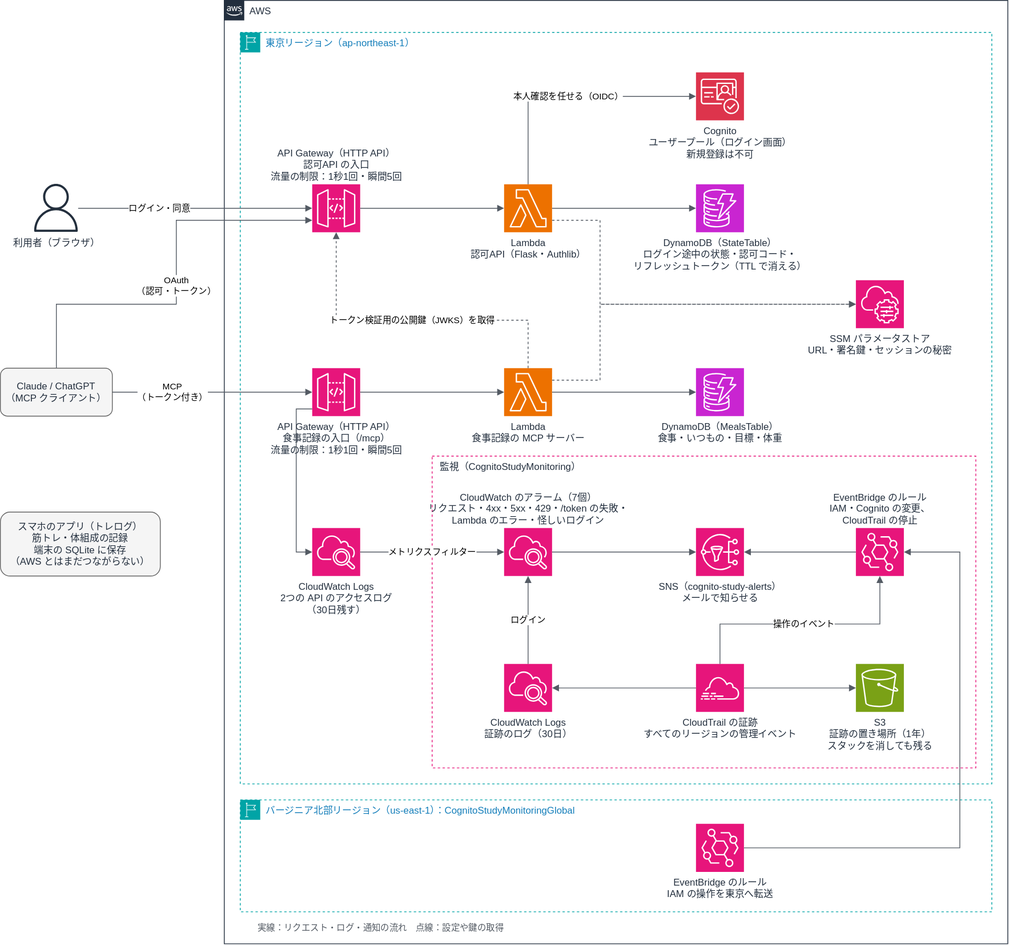
Above: docs/architecture.drawio.svg in ykitaza/health-log (draw.io), before the change. Source tidied: cells renumbered, new cells last; positions are measured from the earlier drawing's top-left corner, leaving out a move shared by most shapes.
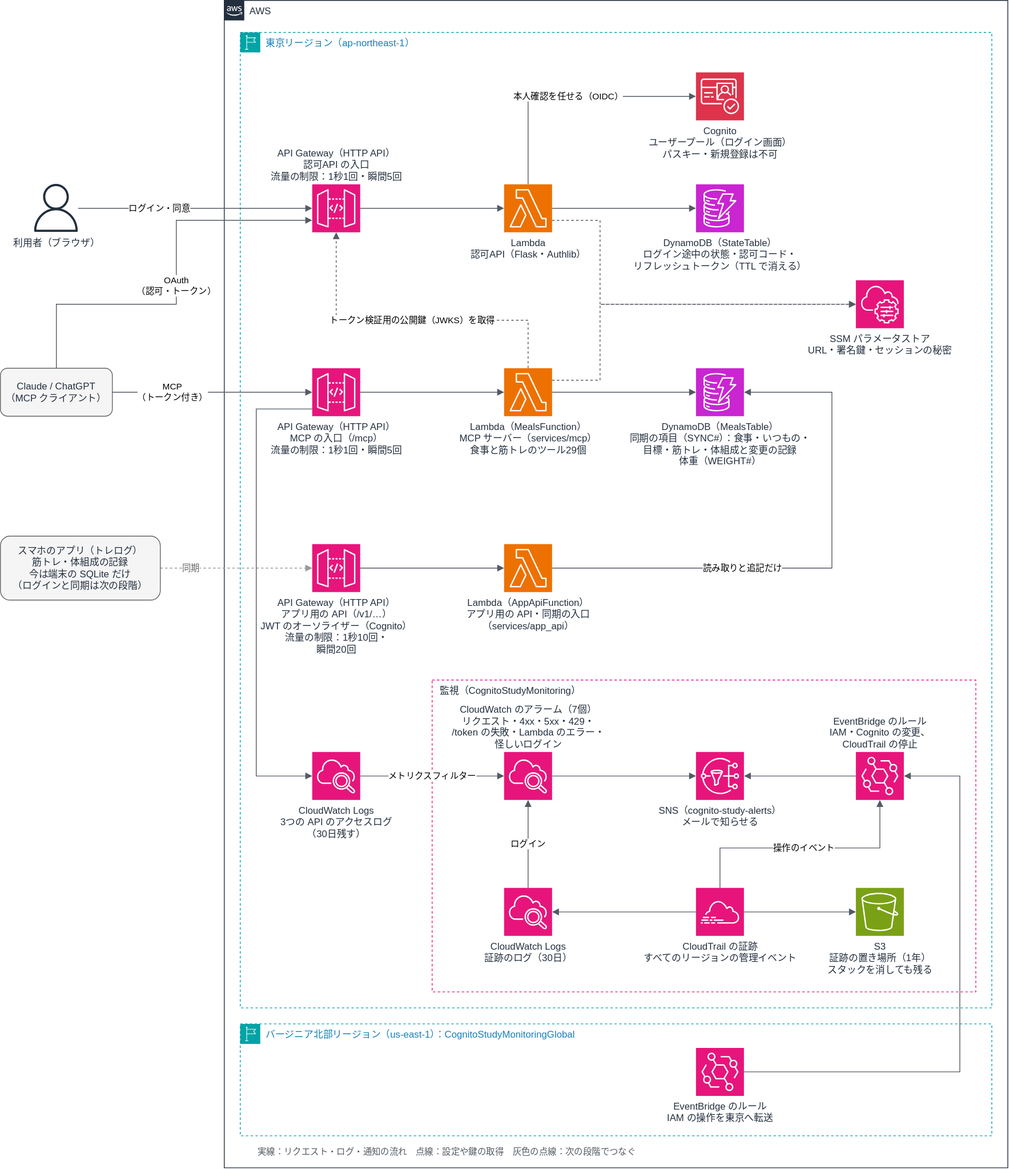
After the commit.

Commit message:
図：アプリ用の API と同期、MCP の組み立て、パスキーを描き足す

What changed in the source:
```diff
@@ -9,12 +9,12 @@
       <mxGeometry y="460" width="140" height="60" as="geometry" />
     </mxCell>
     <mxCell id="4" value="AWS" style="gradientColor=none;html=1;whiteSpace=wrap;fontSize=12;fontStyle=0;shape=mxgraph.aws4.group;grIcon=mxgraph.aws4.group_aws_cloud_alt;strokeColor=#232F3E;fillColor=none;verticalAlign=top;align=left;spacingLeft=30;fontColor=#232F3E;dashed=0;" parent="1" vertex="1">
-      <mxGeometry x="280" width="980" height="1180" as="geometry" />
+      <mxGeometry x="280" width="980" height="1460" as="geometry" />
     </mxCell>
     <mxCell id="5" value="東京リージョン（ap-northeast-1）" style="gradientColor=none;html=1;whiteSpace=wrap;fontSize=12;fontStyle=0;shape=mxgraph.aws4.group;grIcon=mxgraph.aws4.group_region;strokeColor=#00A4A6;fillColor=none;verticalAlign=top;align=left;spacingLeft=30;fontColor=#147EBA;dashed=1;" parent="1" vertex="1">
-      <mxGeometry x="300" y="40" width="940" height="940" as="geometry" />
+      <mxGeometry x="300" y="40" width="940" height="1220" as="geometry" />
     </mxCell>
-    <mxCell id="6" value="Cognito&lt;br&gt;ユーザープール（ログイン画面）&lt;br&gt;新規登録は不可" style="sketch=0;outlineConnect=0;fontColor=#232F3E;gradientColor=none;strokeColor=#ffffff;dashed=0;verticalLabelPosition=bottom;verticalAlign=top;align=center;html=1;fontSize=12;fontStyle=0;shape=mxgraph.aws4.resourceIcon;resIcon=mxgraph.aws4.cognito;fillColor=#DD344C;" parent="1" vertex="1">
+    <mxCell id="6" value="Cognito&lt;br&gt;ユーザープール（ログイン画面）&lt;br&gt;パスキー・新規登録は不可" style="sketch=0;outlineConnect=0;fontColor=#232F3E;gradientColor=none;strokeColor=#ffffff;dashed=0;verticalLabelPosition=bottom;verticalAlign=top;align=center;html=1;fontSize=12;fontStyle=0;shape=mxgraph.aws4.resourceIcon;resIcon=mxgraph.aws4.cognito;fillColor=#DD344C;" parent="1" vertex="1">
       <mxGeometry x="870" y="90" width="60" height="60" as="geometry" />
     </mxCell>
     <mxCell id="7" value="API Gateway（HTTP API）&lt;br&gt;認可API の入口&lt;br&gt;流量の制限：1秒1回・瞬間5回" style="sketch=0;outlineConnect=0;fontColor=#232F3E;gradientColor=none;strokeColor=#ffffff;dashed=0;verticalLabelPosition=top;verticalAlign=bottom;align=center;html=1;fontSize=12;fontStyle=0;shape=mxgraph.aws4.resourceIcon;resIcon=mxgraph.aws4.api_gateway;fillColor=#E7157B;" parent="1" vertex="1">
@@ -29,13 +29,13 @@
     <mxCell id="10" value="SSM パラメータストア&lt;br&gt;URL・署名鍵・セッションの秘密" style="sketch=0;outlineConnect=0;fontColor=#232F3E;gradientColor=none;strokeColor=#ffffff;dashed=0;verticalLabelPosition=bottom;verticalAlign=top;align=center;html=1;fontSize=12;fontStyle=0;shape=mxgraph.aws4.resourceIcon;resIcon=mxgraph.aws4.systems_manager;fillColor=#E7157B;" parent="1" vertex="1">
       <mxGeometry x="1070" y="350" width="60" height="60" as="geometry" />
     </mxCell>
-    <mxCell id="11" value="API Gateway（HTTP API）&lt;br&gt;食事記録の入口（/mcp）&lt;br&gt;流量の制限：1秒1回・瞬間5回" style="sketch=0;outlineConnect=0;fontColor=#232F3E;gradientColor=none;strokeColor=#ffffff;dashed=0;verticalLabelPosition=bottom;verticalAlign=top;align=center;html=1;fontSize=12;fontStyle=0;shape=mxgraph.aws4.resourceIcon;resIcon=mxgraph.aws4.api_gateway;fillColor=#E7157B;" parent="1" vertex="1">
+    <mxCell id="11" value="API Gateway（HTTP API）&lt;br&gt;MCP の入口（/mcp）&lt;br&gt;流量の制限：1秒1回・瞬間5回" style="sketch=0;outlineConnect=0;fontColor=#232F3E;gradientColor=none;strokeColor=#ffffff;dashed=0;verticalLabelPosition=bottom;verticalAlign=top;align=center;html=1;fontSize=12;fontStyle=0;shape=mxgraph.aws4.resourceIcon;resIcon=mxgraph.aws4.api_gateway;fillColor=#E7157B;" parent="1" vertex="1">
       <mxGeometry x="390" y="460" width="60" height="60" as="geometry" />
     </mxCell>
-    <mxCell id="12" value="Lambda&lt;br&gt;食事記録の MCP サーバー" style="sketch=0;outlineConnect=0;fontColor=#232F3E;gradientColor=none;strokeColor=#ffffff;dashed=0;verticalLabelPosition=bottom;verticalAlign=top;align=center;html=1;fontSize=12;fontStyle=0;shape=mxgraph.aws4.resourceIcon;resIcon=mxgraph.aws4.lambda;fillColor=#ED7100;" parent="1" vertex="1">
+    <mxCell id="12" value="Lambda（MealsFunction）&lt;br&gt;MCP サーバー（services/mcp）&lt;br&gt;食事と筋トレのツール29個" style="sketch=0;outlineConnect=0;fontColor=#232F3E;gradientColor=none;strokeColor=#ffffff;dashed=0;verticalLabelPosition=bottom;verticalAlign=top;align=center;html=1;fontSize=12;fontStyle=0;shape=mxgraph.aws4.resourceIcon;resIcon=mxgraph.aws4.lambda;fillColor=#ED7100;" parent="1" vertex="1">
       <mxGeometry x="630" y="460" width="60" height="60" as="geometry" />
     </mxCell>
-    <mxCell id="13" value="DynamoDB（MealsTable）&lt;br&gt;食事・いつもの・目標・体重" style="sketch=0;outlineConnect=0;fontColor=#232F3E;gradientColor=none;strokeColor=#ffffff;dashed=0;verticalLabelPosition=bottom;verticalAlign=top;align=center;html=1;fontSize=12;fontStyle=0;shape=mxgraph.aws4.resourceIcon;resIcon=mxgraph.aws4.dynamodb;fillColor=#C925D1;" parent="1" vertex="1">
+    <mxCell id="13" value="DynamoDB（MealsTable）&lt;br&gt;同期の項目（SYNC#）：食事・いつもの・&lt;br&gt;目標・筋トレ・体組成と変更の記録&lt;br&gt;体重（WEIGHT#）" style="sketch=0;outlineConnect=0;fontColor=#232F3E;gradientColor=none;strokeColor=#ffffff;dashed=0;verticalLabelPosition=bottom;verticalAlign=top;align=center;html=1;fontSize=12;fontStyle=0;shape=mxgraph.aws4.resourceIcon;resIcon=mxgraph.aws4.dynamodb;fillColor=#C925D1;" parent="1" vertex="1">
       <mxGeometry x="870" y="460" width="60" height="60" as="geometry" />
     </mxCell>
     <mxCell id="14" value="ログイン・同意" style="edgeStyle=orthogonalEdgeStyle;rounded=0;html=1;endArrow=block;endFill=1;strokeColor=#545B64;fontSize=11;labelBackgroundColor=#FFFFFF;" parent="1" edge="1" source="2" target="7">
@@ -96,44 +96,64 @@
         </Array>
       </mxGeometry>
     </mxCell>
+    <mxCell id="46" value="API Gateway（HTTP API）&lt;br&gt;アプリ用の API（/v1/…）&lt;br&gt;JWT のオーソライザー（Cognito）&lt;br&gt;流量の制限：1秒10回・&lt;br&gt;瞬間20回" style="sketch=0;outlineConnect=0;fontColor=#232F3E;gradientColor=none;strokeColor=#ffffff;dashed=0;verticalLabelPosition=bottom;verticalAlign=top;align=center;html=1;fontSize=12;fontStyle=0;shape=mxgraph.aws4.resourceIcon;resIcon=mxgraph.aws4.api_gateway;fillColor=#E7157B;" parent="1" vertex="1">
+      <mxGeometry x="390" y="680" width="60" height="60" as="geometry" />
+    </mxCell>
+    <mxCell id="47" value="Lambda（AppApiFunction）&lt;br&gt;アプリ用の API・同期の入口&lt;br&gt;（services/app_api）" style="sketch=0;outlineConnect=0;fontColor=#232F3E;gradientColor=none;strokeColor=#ffffff;dashed=0;verticalLabelPosition=bottom;verticalAlign=top;align=center;html=1;fontSize=12;fontStyle=0;shape=mxgraph.aws4.resourceIcon;resIcon=mxgraph.aws4.lambda;fillColor=#ED7100;" parent="1" vertex="1">
+      <mxGeometry x="630" y="680" width="60" height="60" as="geometry" />
+    </mxCell>
+    <mxCell id="48" value="同期" style="edgeStyle=orthogonalEdgeStyle;rounded=0;html=1;endArrow=block;endFill=1;strokeColor=#545B64;dashed=1;strokeColor=#999999;fontColor=#666666;fontSize=11;labelBackgroundColor=#FFFFFF;" parent="1" edge="1" source="25" target="46">
+      <mxGeometry x="-0.6" relative="1" as="geometry" />
+    </mxCell>
+    <mxCell id="49" style="edgeStyle=orthogonalEdgeStyle;rounded=0;html=1;endArrow=block;endFill=1;strokeColor=#545B64;" parent="1" edge="1" source="46" target="47">
+      <mxGeometry relative="1" as="geometry" />
+    </mxCell>
+    <mxCell id="50" value="読み取りと追記だけ" style="edgeStyle=orthogonalEdgeStyle;rounded=0;html=1;endArrow=block;endFill=1;strokeColor=#545B64;fontSize=11;labelBackgroundColor=#FFFFFF;entryX=1;entryY=0.5;entryDx=0;entryDy=0;" parent="1" edge="1" source="47" target="13">
+      <mxGeometry x="-0.3" relative="1" as="geometry">
+        <Array as="points">
+          <mxPoint x="1040" y="710" />
+          <mxPoint x="1040" y="490" />
+        </Array>
+      </mxGeometry>
+    </mxCell>
-    <mxCell id="25" value="スマホのアプリ（トレログ）&lt;br&gt;筋トレ・体組成の記録&lt;br&gt;端末の SQLite に保存&lt;br&gt;（AWS とはまだつながらない）" style="rounded=1;whiteSpace=wrap;html=1;fillColor=#F5F5F5;strokeColor=#666666;fontColor=#232F3E;fontSize=12;" parent="1" vertex="1">
-      <mxGeometry y="640" width="200" height="80" as="geometry" />
+    <mxCell id="25" value="スマホのアプリ（トレログ）&lt;br&gt;筋トレ・体組成の記録&lt;br&gt;今は端末の SQLite だけ&lt;br&gt;（ログインと同期は次の段階）" style="rounded=1;whiteSpace=wrap;html=1;fillColor=#F5F5F5;strokeColor=#666666;fontColor=#232F3E;fontSize=12;" parent="1" vertex="1">
+      <mxGeometry y="670" width="200" height="80" as="geometry" />
     </mxCell>
     <mxCell id="26" value="監視（CognitoStudyMonitoring）" style="rounded=0;whiteSpace=wrap;html=1;fillColor=none;strokeColor=#E7157B;dashed=1;verticalAlign=top;align=left;spacingLeft=8;fontSize=12;fontColor=#232F3E;" parent="1" vertex="1">
-      <mxGeometry x="540" y="570" width="680" height="390" as="geometry" />
+      <mxGeometry x="540" y="850" width="680" height="390" as="geometry" />
     </mxCell>
-    <mxCell id="27" value="CloudWatch Logs&lt;br&gt;2つの API のアクセスログ&lt;br&gt;（30日残す）" style="sketch=0;outlineConnect=0;fontColor=#232F3E;gradientColor=none;strokeColor=#ffffff;dashed=0;verticalLabelPosition=bottom;verticalAlign=top;align=center;html=1;fontSize=12;fontStyle=0;shape=mxgraph.aws4.resourceIcon;resIcon=mxgraph.aws4.cloudwatch_2;fillColor=#E7157B;" parent="1" vertex="1">
-      <mxGeometry x="390" y="660" width="60" height="60" as="geometry" />
+    <mxCell id="27" value="CloudWatch Logs&lt;br&gt;3つの API のアクセスログ&lt;br&gt;（30日残す）" style="sketch=0;outlineConnect=0;fontColor=#232F3E;gradientColor=none;strokeColor=#ffffff;dashed=0;verticalLabelPosition=bottom;verticalAlign=top;align=center;html=1;fontSize=12;fontStyle=0;shape=mxgraph.aws4.resourceIcon;resIcon=mxgraph.aws4.cloudwatch_2;fillColor=#E7157B;" parent="1" vertex="1">
+      <mxGeometry x="390" y="940" width="60" height="60" as="geometry" />
     </mxCell>
-    <mxCell id="28" value="CloudWatch のアラーム（7個）&lt;br&gt;リクエスト・4xx・5xx・429・/token の失敗・&lt;br&gt;Lambda のエラー・怪しいログイン" style="sketch=0;outlineConnect=0;fontColor=#232F3E;gradientColor=none;strokeColor=#ffffff;dashed=0;verticalLabelPosition=top;verticalAlign=bottom;align=center;html=1;fontSize=12;fontStyle=0;shape=mxgraph.aws4.resourceIcon;resIcon=mxgraph.aws4.cloudwatch_2;fillColor=#E7157B;" parent="1" vertex="1">
-      <mxGeometry x="630" y="660" width="60" height="60" as="geometry" />
+    <mxCell id="28" value="CloudWatch のアラーム（7個）&lt;br&gt;リクエスト・4xx・5xx・429・&lt;br&gt;/token の失敗・Lambda のエラー・&lt;br&gt;怪しいログイン" style="sketch=0;outlineConnect=0;fontColor=#232F3E;gradientColor=none;strokeColor=#ffffff;dashed=0;verticalLabelPosition=top;verticalAlign=bottom;align=center;html=1;fontSize=12;fontStyle=0;shape=mxgraph.aws4.resourceIcon;resIcon=mxgraph.aws4.cloudwatch_2;fillColor=#E7157B;" parent="1" vertex="1">
+      <mxGeometry x="630" y="940" width="60" height="60" as="geometry" />
     </mxCell>
     <mxCell id="29" value="SNS（cognito-study-alerts）&lt;br&gt;メールで知らせる" style="sketch=0;outlineConnect=0;fontColor=#232F3E;gradientColor=none;strokeColor=#ffffff;dashed=0;verticalLabelPosition=bottom;verticalAlign=top;align=center;html=1;fontSize=12;fontStyle=0;shape=mxgraph.aws4.resourceIcon;resIcon=mxgraph.aws4.sns;fillColor=#E7157B;" parent="1" vertex="1">
-      <mxGeometry x="870" y="660" width="60" height="60" as="geometry" />
+      <mxGeometry x="870" y="940" width="60" height="60" as="geometry" />
     </mxCell>
     <mxCell id="30" value="EventBridge のルール&lt;br&gt;IAM・Cognito の変更、&lt;br&gt;CloudTrail の停止" style="sketch=0;outlineConnect=0;fontColor=#232F3E;gradientColor=none;strokeColor=#ffffff;dashed=0;verticalLabelPosition=top;verticalAlign=bottom;align=center;html=1;fontSize=12;fontStyle=0;shape=mxgraph.aws4.resourceIcon;resIcon=mxgraph.aws4.eventbridge;fillColor=#E7157B;" parent="1" vertex="1">
-      <mxGeometry x="1070" y="660" width="60" height="60" as="geometry" />
+      <mxGeometry x="1070" y="940" width="60" height="60" as="geometry" />
     </mxCell>
     <mxCell id="31" value="CloudWatch Logs&lt;br&gt;証跡のログ（30日）" style="sketch=0;outlineConnect=0;fontColor=#232F3E;gradientColor=none;strokeColor=#ffffff;dashed=0;verticalLabelPosition=bottom;verticalAlign=top;align=center;html=1;fontSize=12;fontStyle=0;shape=mxgraph.aws4.resourceIcon;resIcon=mxgraph.aws4.cloudwatch_2;fillColor=#E7157B;" parent="1" vertex="1">
-      <mxGeometry x="630" y="830" width="60" height="60" as="geometry" />
+      <mxGeometry x="630" y="1110" width="60" height="60" as="geometry" />
     </mxCell>
     <mxCell id="32" value="CloudTrail の証跡&lt;br&gt;すべてのリージョンの管理イベント" style="sketch=0;outlineConnect=0;fontColor=#232F3E;gradientColor=none;strokeColor=#ffffff;dashed=0;verticalLabelPosition=bottom;verticalAlign=top;align=center;html=1;fontSize=12;fontStyle=0;shape=mxgraph.aws4.resourceIcon;resIcon=mxgraph.aws4.cloudtrail;fillColor=#E7157B;" parent="1" vertex="1">
-      <mxGeometry x="870" y="830" width="60" height="60" as="geometry" />
+      <mxGeometry x="870" y="1110" width="60" height="60" as="geometry" />
     </mxCell>
     <mxCell id="33" value="S3&lt;br&gt;証跡の置き場所（1年）&lt;br&gt;スタックを消しても残る" style="sketch=0;outlineConnect=0;fontColor=#232F3E;gradientColor=none;strokeColor=#ffffff;dashed=0;verticalLabelPosition=bottom;verticalAlign=top;align=center;html=1;fontSize=12;fontStyle=0;shape=mxgraph.aws4.resourceIcon;resIcon=mxgraph.aws4.s3;fillColor=#7AA116;" parent="1" vertex="1">
-      <mxGeometry x="1070" y="830" width="60" height="60" as="geometry" />
+      <mxGeometry x="1070" y="1110" width="60" height="60" as="geometry" />
     </mxCell>
     <mxCell id="34" value="バージニア北部リージョン（us-east-1）：CognitoStudyMonitoringGlobal" style="gradientColor=none;html=1;whiteSpace=wrap;fontSize=12;fontStyle=0;shape=mxgraph.aws4.group;grIcon=mxgraph.aws4.group_region;strokeColor=#00A4A6;fillColor=none;verticalAlign=top;align=left;spacingLeft=30;fontColor=#147EBA;dashed=1;" parent="1" vertex="1">
-      <mxGeometry x="300" y="1000" width="940" height="140" as="geometry" />
+      <mxGeometry x="300" y="1280" width="940" height="140" as="geometry" />
     </mxCell>
     <mxCell id="35" value="EventBridge のルール&lt;br&gt;IAM の操作を東京へ転送" style="sketch=0;outlineConnect=0;fontColor=#232F3E;gradientColor=none;strokeColor=#ffffff;dashed=0;verticalLabelPosition=bottom;verticalAlign=top;align=center;html=1;fontSize=12;fontStyle=0;shape=mxgraph.aws4.resourceIcon;resIcon=mxgraph.aws4.eventbridge;fillColor=#E7157B;" parent="1" vertex="1">
-      <mxGeometry x="870" y="1030" width="60" height="60" as="geometry" />
+      <mxGeometry x="870" y="1310" width="60" height="60" as="geometry" />
     </mxCell>
     <mxCell id="36" style="edgeStyle=orthogonalEdgeStyle;rounded=0;html=1;endArrow=block;endFill=1;strokeColor=#545B64;fontSize=11;labelBackgroundColor=#FFFFFF;exitX=0;exitY=0.85;exitDx=0;exitDy=0;entryX=0;entryY=0.5;entryDx=0;entryDy=0;" parent="1" edge="1" source="11" target="27">
       <mxGeometry relative="1" as="geometry">
         <Array as="points">
-          <mxPoint x="370" y="511" />
-          <mxPoint x="370" y="690" />
+          <mxPoint x="320" y="511" />
+          <mxPoint x="320" y="970" />
         </Array>
       </mxGeometry>
     </mxCell>
@@ -158,21 +178,21 @@
     <mxCell id="43" value="操作のイベント" style="edgeStyle=orthogonalEdgeStyle;rounded=0;html=1;endArrow=block;endFill=1;strokeColor=#545B64;fontSize=11;labelBackgroundColor=#FFFFFF;exitX=0.5;exitY=0;exitDx=0;exitDy=0;entryX=0.5;entryY=1;entryDx=0;entryDy=0;" parent="1" edge="1" source="32" target="30">
       <mxGeometry relative="1" as="geometry">
         <Array as="points">
-          <mxPoint x="900" y="780" />
-          <mxPoint x="1100" y="780" />
+          <mxPoint x="900" y="1060" />
+          <mxPoint x="1100" y="1060" />
         </Array>
       </mxGeometry>
     </mxCell>
     <mxCell id="44" style="edgeStyle=orthogonalEdgeStyle;rounded=0;html=1;endArrow=block;endFill=1;strokeColor=#545B64;fontSize=11;labelBackgroundColor=#FFFFFF;exitX=1;exitY=0.5;exitDx=0;exitDy=0;entryX=1;entryY=0.5;entryDx=0;entryDy=0;" parent="1" edge="1" source="35" target="30">
       <mxGeometry relative="1" as="geometry">
         <Array as="points">
-          <mxPoint x="1200" y="1060" />
-          <mxPoint x="1200" y="690" />
+          <mxPoint x="1200" y="1340" />
+          <mxPoint x="1200" y="970" />
         </Array>
       </mxGeometry>
     </mxCell>
-    <mxCell id="45" value="実線：リクエスト・ログ・通知の流れ　点線：設定や鍵の取得" style="text;html=1;align=left;verticalAlign=middle;fontSize=11;fontColor=#545B64;" parent="1" vertex="1">
-      <mxGeometry x="320" y="1150" width="400" height="20" as="geometry" />
+    <mxCell id="45" value="実線：リクエスト・ログ・通知の流れ　点線：設定や鍵の取得　灰色の点線：次の段階でつなぐ" style="text;html=1;align=left;verticalAlign=middle;fontSize=11;fontColor=#545B64;" parent="1" vertex="1">
+      <mxGeometry x="320" y="1430" width="560" height="20" as="geometry" />
     </mxCell>
   </root>
 </mxGraphModel>
```
